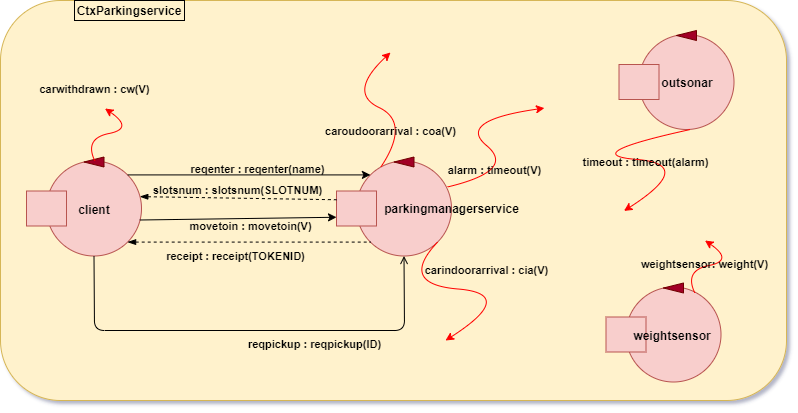
The draw.io diagram Automated_Car_Parking/sprint_1/it.unibo.ParkManagerService_s1/userDocs/img/logicalArchitecture.png in LeoManto/Mantovani_Leonardo, before a commit. Source tidied: cells renumbered, new cells last; positions are measured from the earlier drawing's top-left corner, leaving out a move shared by most shapes.
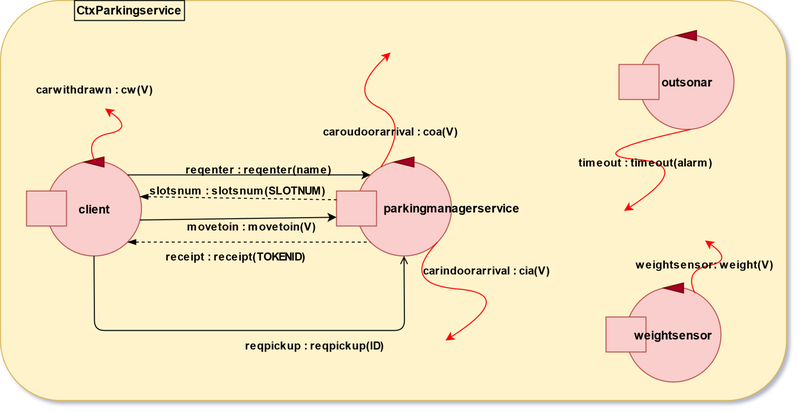
Later version of the same file.

The edit, as a diff of the source:
```diff
@@ -171,19 +171,5 @@
     <mxCell id="39" value="&lt;b&gt;weightsensor: weight(V)&lt;/b&gt;" style="edgeLabel;html=1;align=center;verticalAlign=middle;fontColor=#000000;labelBackgroundColor=none;" parent="38" vertex="1">
       <mxGeometry x="-0.17" y="2" relative="1" as="geometry" />
     </mxCell>
-    <mxCell id="40" style="curved=1;endArrow=classic;html=1;fontColor=#000000;strokeColor=#FF0000;exitX=0.75;exitY=0;exitDx=0;exitDy=0;entryX=0.692;entryY=0.269;entryDx=0;entryDy=0;entryPerimeter=0;" parent="1" edge="1" target="2">
-      <mxGeometry relative="1" as="geometry">
-        <mxPoint x="446.9" y="186.5" as="sourcePoint" />
-        <Array as="points">
-          <mxPoint x="516" y="170" />
-          <mxPoint x="456" y="120" />
-        </Array>
-      </mxGeometry>
-    </mxCell>
-    <mxCell id="41" value="&lt;b&gt;alarm : timeout(V)&lt;/b&gt;" style="edgeLabel;html=1;align=center;verticalAlign=middle;fontColor=#000000;labelBackgroundColor=none;" parent="40" vertex="1">
-      <mxGeometry x="-0.17" y="2" relative="1" as="geometry">
-        <mxPoint y="16" as="offset" />
-      </mxGeometry>
-    </mxCell>
   </root>
 </mxGraphModel>
```
